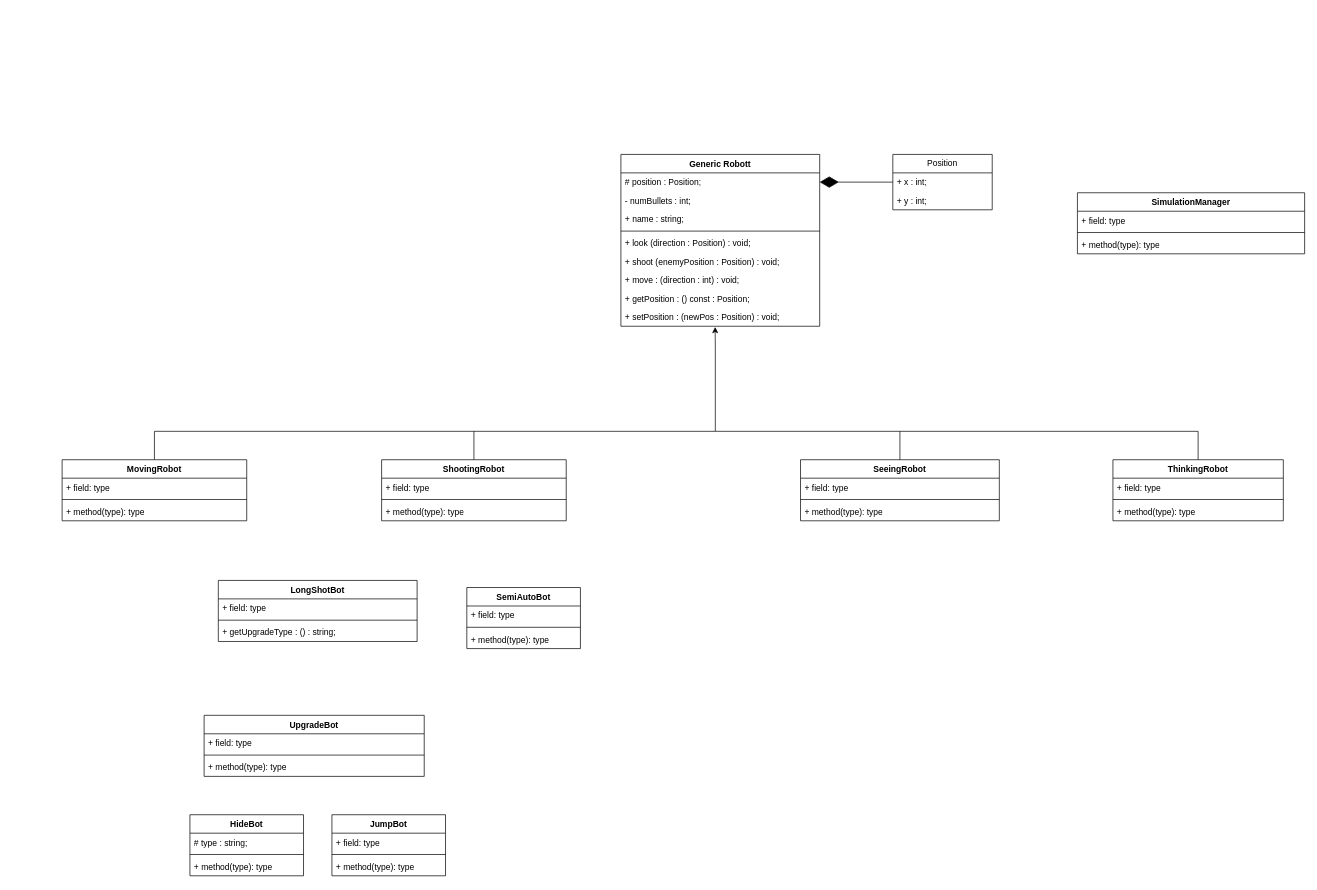
Above: class (1).drawio in mohammadmuazzam/oopds (draw.io), before the change. Source tidied: cells renumbered, new cells numbered last; positions are measured from the earlier drawing's top-left corner, leaving out a move shared by most shapes. Both pictures are drawn from the tidied source at 71%, with x=0, y=0 at pixel (62, 154).
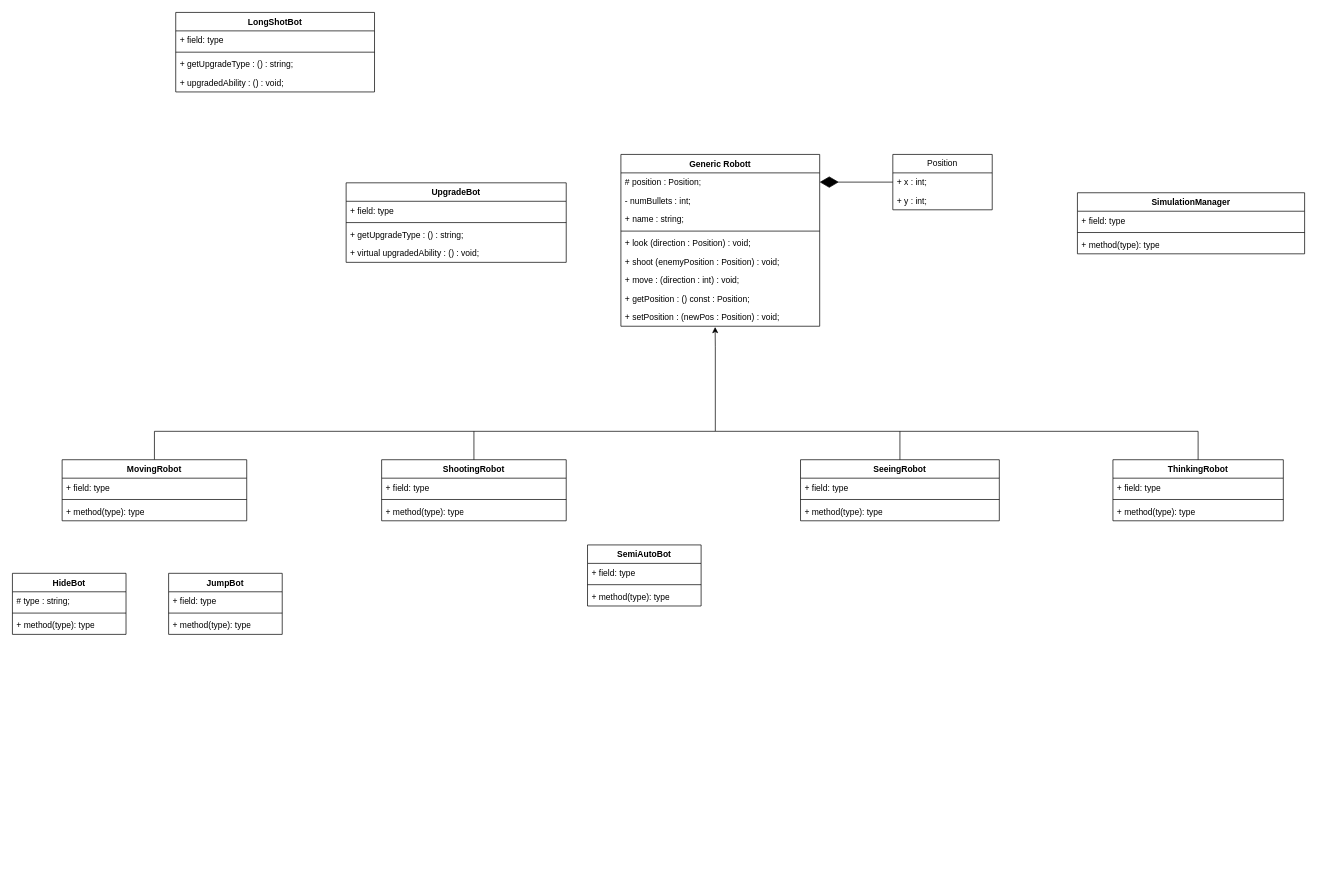
After the change.

Change to the diagram source:
```diff
@@
     <mxCell id="36" value="JumpBot" style="swimlane;fontStyle=1;align=center;verticalAlign=top;horizontal=1;startSize=26;whiteSpace=wrap;html=1;" parent="1" vertex="1">
-      <mxGeometry x="380" y="930" width="160" height="86" as="geometry" />
+      <mxGeometry x="150" y="590" width="160" height="86" as="geometry" />
     </mxCell>
@@
     <mxCell id="40" value="HideBot" style="swimlane;fontStyle=1;align=center;verticalAlign=top;horizontal=1;startSize=26;whiteSpace=wrap;html=1;" parent="1" vertex="1">
-      <mxGeometry x="180" y="930" width="160" height="86" as="geometry" />
+      <mxGeometry x="-70" y="590" width="160" height="86" as="geometry" />
     </mxCell>
@@
     <mxCell id="44" value="LongShotBot" style="swimlane;fontStyle=1;align=center;verticalAlign=top;horizontal=1;startSize=26;whiteSpace=wrap;html=1;" parent="1" vertex="1">
-      <mxGeometry x="220" y="600" width="280" height="86" as="geometry" />
+      <mxGeometry x="160" y="-200" width="280" height="112" as="geometry" />
     </mxCell>
@@
+    <mxCell id="60" value="+ upgradedAbility : () : void;" style="text;strokeColor=none;fillColor=none;align=left;verticalAlign=top;spacingLeft=4;spacingRight=4;overflow=hidden;whiteSpace=wrap;html=1;" parent="44" vertex="1">
+      <mxGeometry y="86" width="280" height="26" as="geometry" />
+    </mxCell>
     <mxCell id="48" value="SemiAutoBot" style="swimlane;fontStyle=1;align=center;verticalAlign=top;horizontal=1;startSize=26;whiteSpace=wrap;html=1;" parent="1" vertex="1">
-      <mxGeometry x="570" y="610" width="160" height="86" as="geometry" />
+      <mxGeometry x="740" y="550" width="160" height="86" as="geometry" />
     </mxCell>
@@
     <mxCell id="56" value="UpgradeBot" style="swimlane;fontStyle=1;align=center;verticalAlign=top;horizontal=1;startSize=26;whiteSpace=wrap;html=1;" parent="1" vertex="1">
-      <mxGeometry x="200" y="790" width="310" height="86" as="geometry" />
+      <mxGeometry x="400" y="40" width="310" height="112" as="geometry" />
     </mxCell>
@@
-    <mxCell id="59" value="+ method(type): type" style="text;strokeColor=none;fillColor=none;align=left;verticalAlign=top;spacingLeft=4;spacingRight=4;overflow=hidden;whiteSpace=wrap;html=1;" parent="56" vertex="1">
+    <mxCell id="59" value="+ getUpgradeType : () : string;" style="text;strokeColor=none;fillColor=none;align=left;verticalAlign=top;spacingLeft=4;spacingRight=4;overflow=hidden;whiteSpace=wrap;html=1;" parent="56" vertex="1">
       <mxGeometry y="60" width="310" height="26" as="geometry" />
     </mxCell>
+    <mxCell id="61" value="+ virtual upgradedAbility : () : void;" style="text;strokeColor=none;fillColor=none;align=left;verticalAlign=top;spacingLeft=4;spacingRight=4;overflow=hidden;whiteSpace=wrap;html=1;" parent="56" vertex="1">
+      <mxGeometry y="86" width="310" height="26" as="geometry" />
+    </mxCell>
```
